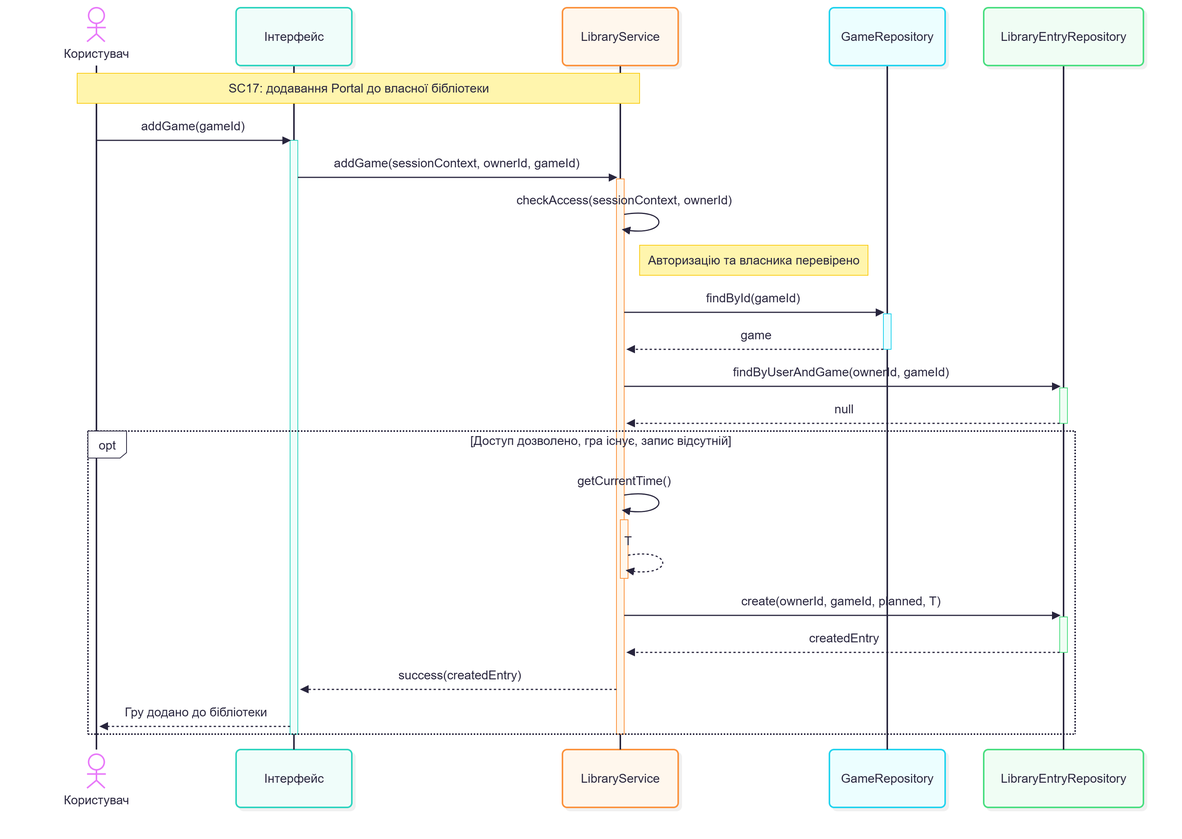
Bbg0kif/KPI keeps this Mermaid diagram as Lab3/sc17-add-game.png. Above is the earlier version. Its source is kept beside it as Lab3/sc17-add-game.mmd.
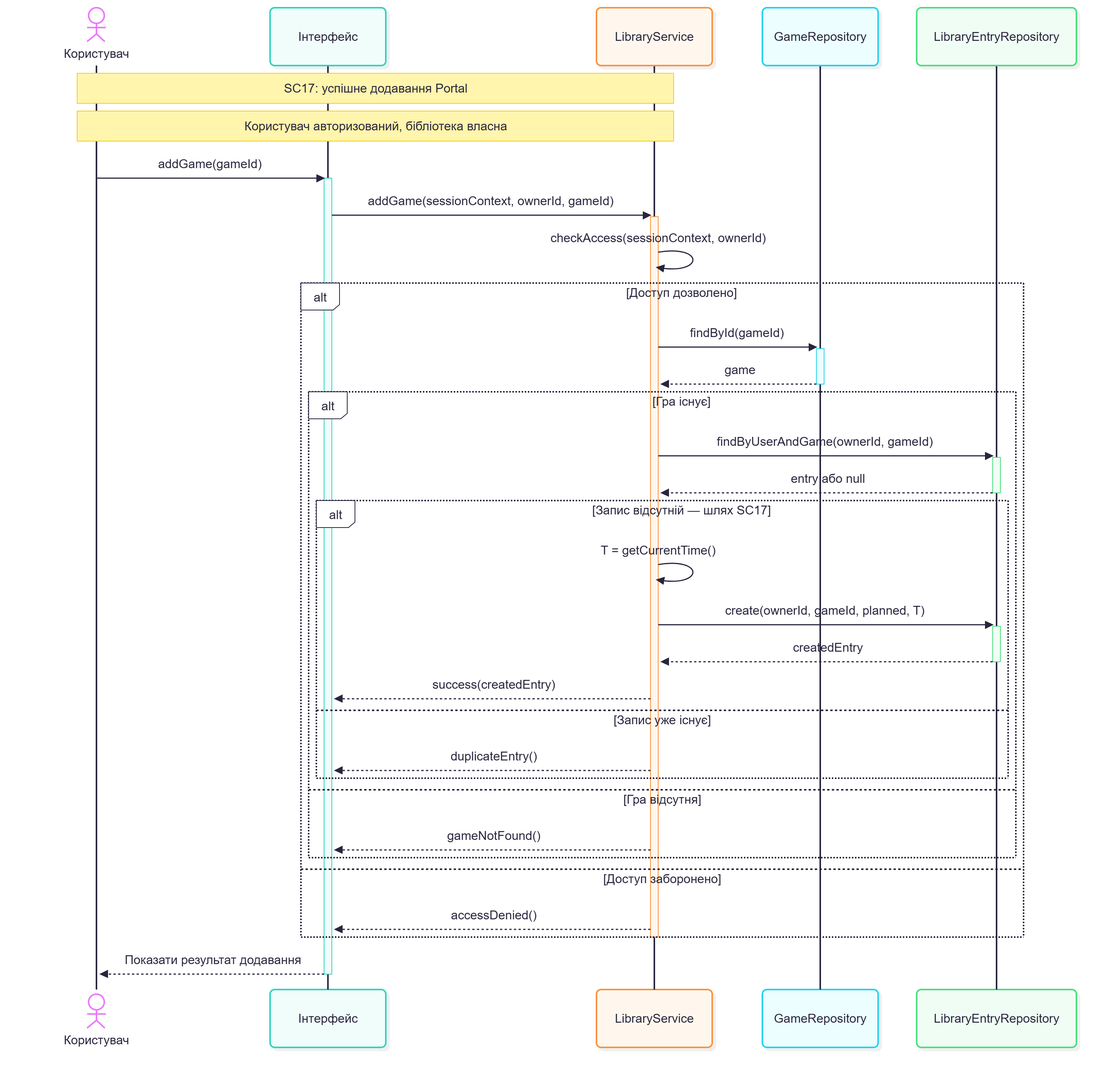
After the commit.

The edit, as a diff of the source:
```diff
@@ -5,7 +5,8 @@
     participant GR as GameRepository
     participant LR as LibraryEntryRepository
 
-    Note over User,LS: SC17: додавання Portal до власної бібліотеки
+    Note over User,LS: SC17: успішне додавання Portal
+    Note over User,LS: Користувач авторизований, бібліотека власна
 
     User->>UI: addGame(gameId)
     activate UI
@@ -13,32 +14,38 @@
     activate LS
 
     LS->>LS: checkAccess(sessionContext, ownerId)
-    Note right of LS: Авторизацію та власника перевірено
 
-    LS->>GR: findById(gameId)
-    activate GR
-    GR-->>LS: game
-    deactivate GR
+    alt Доступ дозволено
+        LS->>GR: findById(gameId)
+        activate GR
+        GR-->>LS: game
+        deactivate GR
 
-    LS->>LR: findByUserAndGame(ownerId, gameId)
-    activate LR
-    LR-->>LS: null
-    deactivate LR
+        alt Гра існує
+            LS->>LR: findByUserAndGame(ownerId, gameId)
+            activate LR
+            LR-->>LS: entry або null
+            deactivate LR
 
-    opt Доступ дозволено, гра існує, запис відсутній
-        LS->>LS: getCurrentTime()
-        activate LS
-        LS-->>LS: T
-        deactivate LS
+            alt Запис відсутній — шлях SC17
+                LS->>LS: T = getCurrentTime()
+                LS->>LR: create(ownerId, gameId, planned, T)
+                activate LR
+                LR-->>LS: createdEntry
+                deactivate LR
+                LS-->>UI: success(createdEntry)
+            else Запис уже існує
+                LS-->>UI: duplicateEntry()
+            end
 
-        LS->>LR: create(ownerId, gameId, planned, T)
-        activate LR
-        LR-->>LS: createdEntry
-        deactivate LR
+        else Гра відсутня
+            LS-->>UI: gameNotFound()
+        end
 
-        LS-->>UI: success(createdEntry)
-        UI-->>User: Гру додано до бібліотеки
+    else Доступ заборонено
+        LS-->>UI: accessDenied()
     end
 
     deactivate LS
+    UI-->>User: Показати результат додавання
     deactivate UI
```
